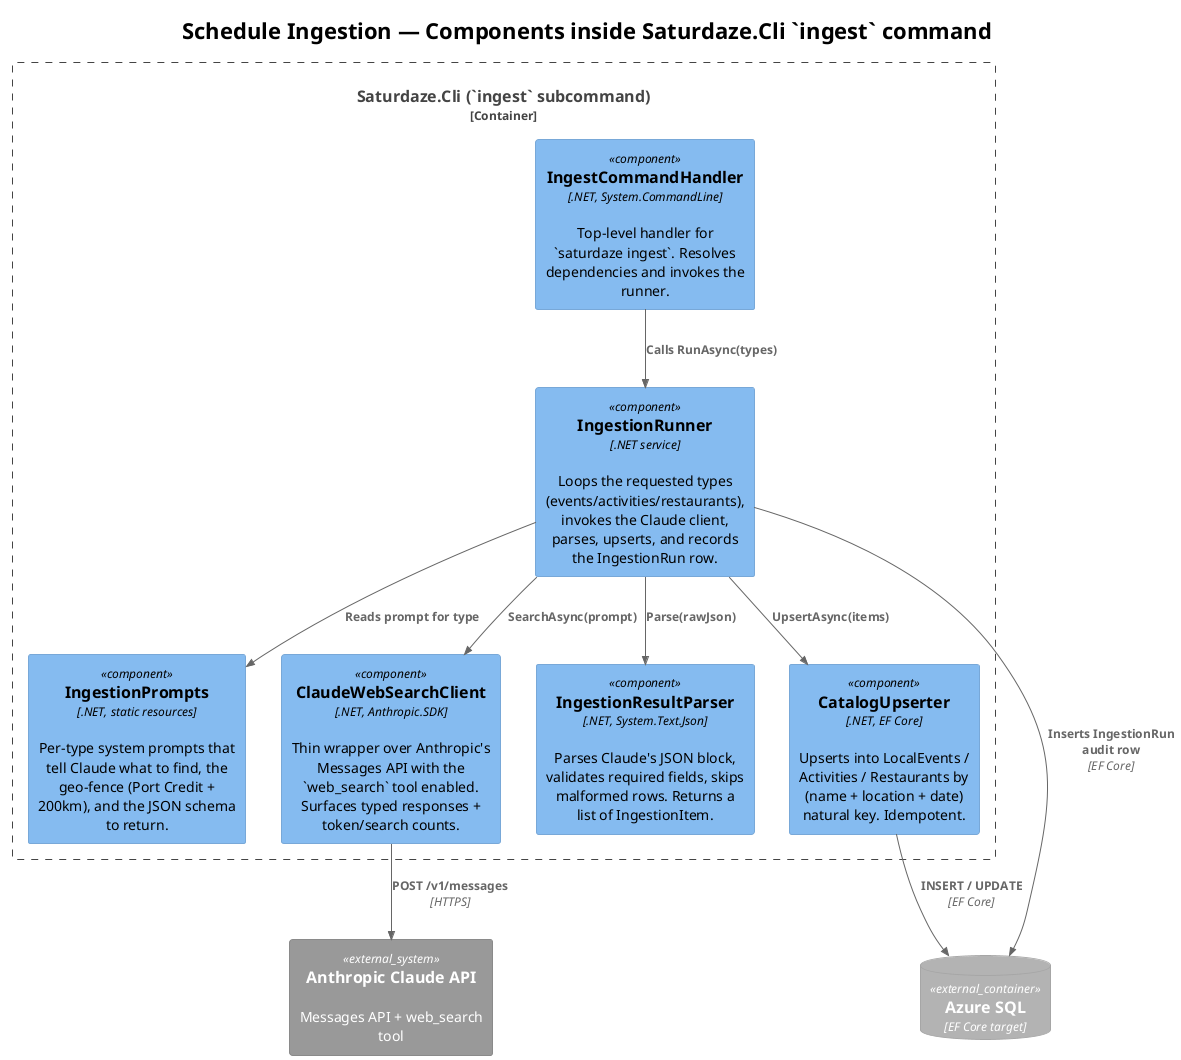
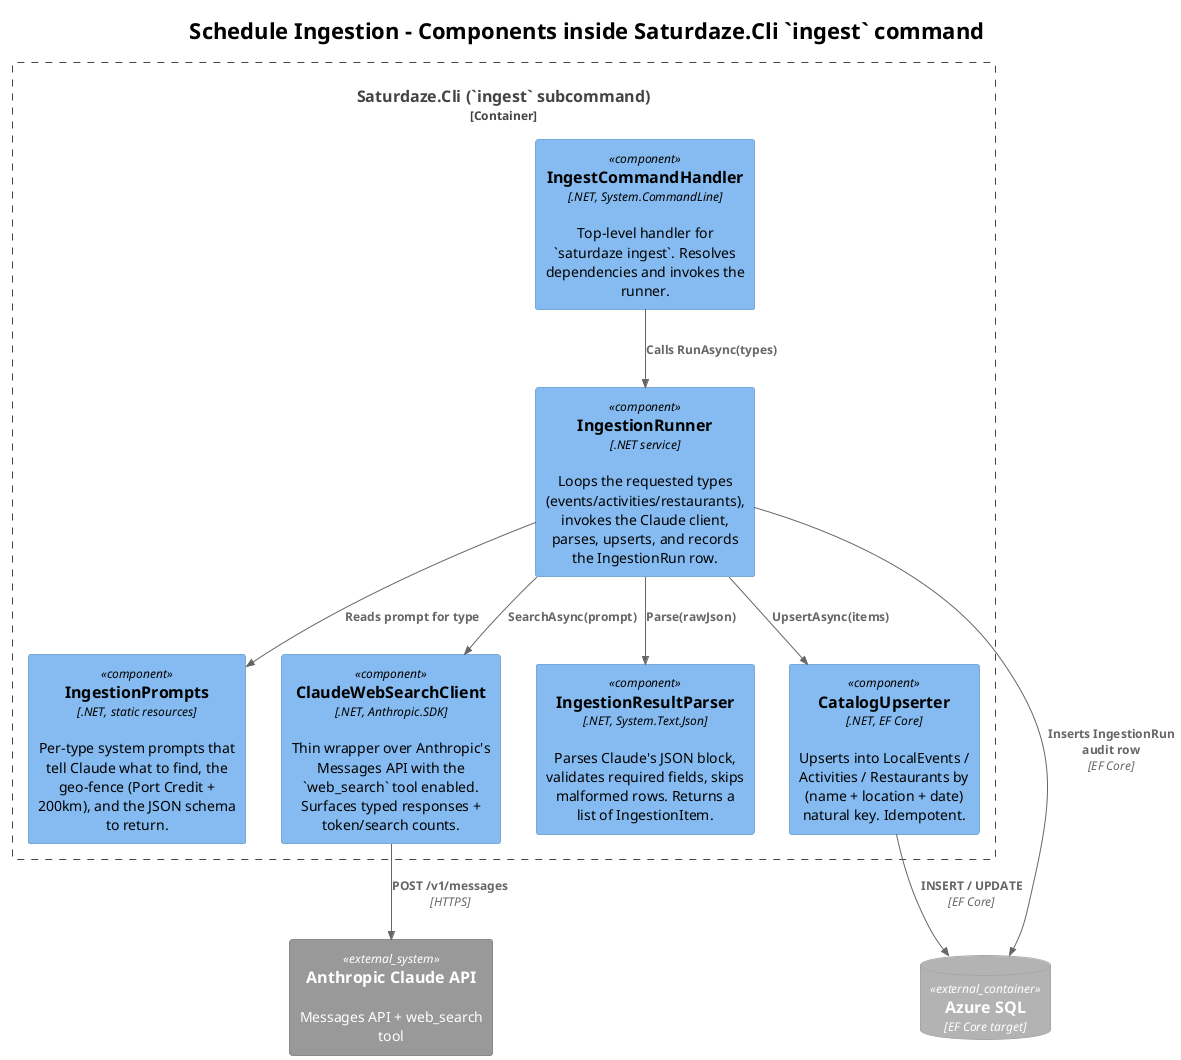
@startuml c4_component
!theme plain
!include <C4/C4_Component>

- title Schedule Ingestion — Components inside Saturdaze.Cli `ingest` command
+ title Schedule Ingestion - Components inside Saturdaze.Cli `ingest` command

Container_Boundary(cli, "Saturdaze.Cli (`ingest` subcommand)") {
    Component(handler, "IngestCommandHandler", ".NET, System.CommandLine", "Top-level handler for `saturdaze ingest`. Resolves dependencies and invokes the runner.")
    Component(runner, "IngestionRunner", ".NET service", "Loops the requested types (events/activities/restaurants), invokes the Claude client, parses, upserts, and records the IngestionRun row.")
    Component(prompts, "IngestionPrompts", ".NET, static resources", "Per-type system prompts that tell Claude what to find, the geo-fence (Port Credit + 200km), and the JSON schema to return.")
    Component(client, "ClaudeWebSearchClient", ".NET, Anthropic.SDK", "Thin wrapper over Anthropic's Messages API with the `web_search` tool enabled. Surfaces typed responses + token/search counts.")
    Component(parser, "IngestionResultParser", ".NET, System.Text.Json", "Parses Claude's JSON block, validates required fields, skips malformed rows. Returns a list of IngestionItem.")
    Component(upserter, "CatalogUpserter", ".NET, EF Core", "Upserts into LocalEvents / Activities / Restaurants by (name + location + date) natural key. Idempotent.")
}

ContainerDb_Ext(sql, "Azure SQL", "EF Core target")
System_Ext(claude, "Anthropic Claude API", "Messages API + web_search tool")

Rel(handler, runner, "Calls RunAsync(types)")
Rel(runner, prompts, "Reads prompt for type")
Rel(runner, client, "SearchAsync(prompt)")
Rel(client, claude, "POST /v1/messages", "HTTPS")
Rel(runner, parser, "Parse(rawJson)")
Rel(runner, upserter, "UpsertAsync(items)")
Rel(upserter, sql, "INSERT / UPDATE", "EF Core")
Rel(runner, sql, "Inserts IngestionRun audit row", "EF Core")

@enduml
